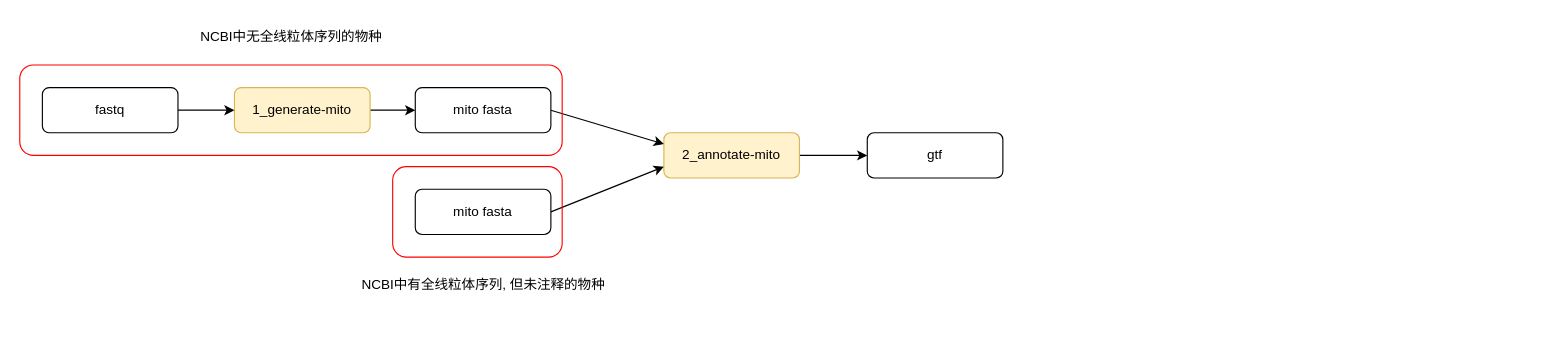
This is .structure/main.drawio from zliu90693/Mito_Assemble, a draw.io file, before an edit. Source tidied: cells renumbered, new cells numbered last; positions are measured from the earlier drawing's top-left corner, leaving out a move shared by most shapes. Both pictures are drawn from the tidied source at 113%, with x=0, y=0 at pixel (19, 19).
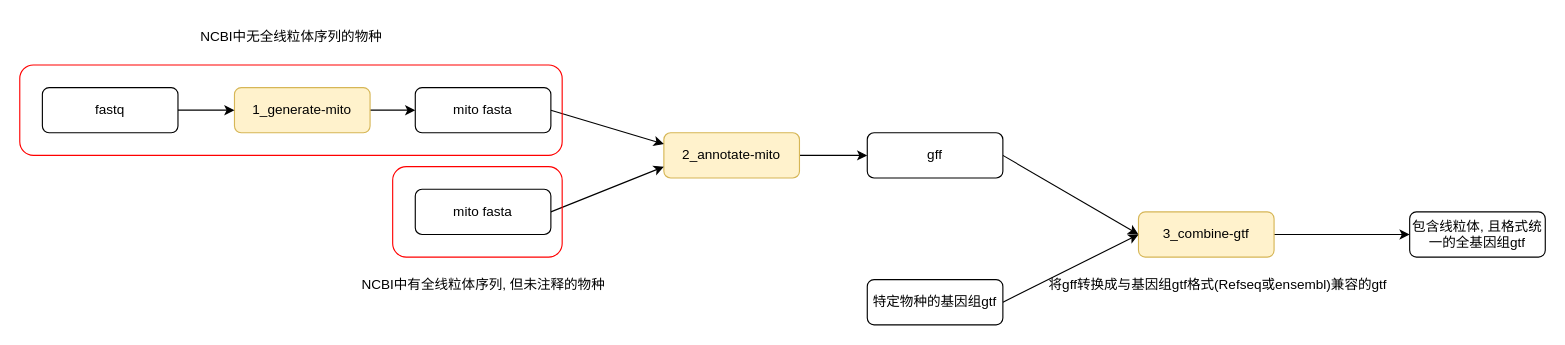
After the change.

Diff of the diagram source:
```diff
@@
+    <mxCell id="17" style="edgeStyle=none;html=1;exitX=1;exitY=0.5;exitDx=0;exitDy=0;entryX=0;entryY=0.5;entryDx=0;entryDy=0;" parent="1" edge="1" source="12" target="19">
+      <mxGeometry relative="1" as="geometry" />
+    </mxCell>
-    <mxCell id="12" value="gtf" style="rounded=1;whiteSpace=wrap;html=1;" parent="1" vertex="1">
+    <mxCell id="12" value="gff" style="rounded=1;whiteSpace=wrap;html=1;" parent="1" vertex="1">
       <mxGeometry x="750" y="100" width="120" height="40" as="geometry" />
     </mxCell>
@@
+    <mxCell id="18" style="edgeStyle=none;html=1;exitX=1;exitY=0.5;exitDx=0;exitDy=0;entryX=0;entryY=0.5;entryDx=0;entryDy=0;" parent="1" edge="1" source="19" target="22">
+      <mxGeometry relative="1" as="geometry" />
+    </mxCell>
+    <mxCell id="19" value="3_combine-gtf" style="rounded=1;whiteSpace=wrap;html=1;fillColor=#fff2cc;strokeColor=#d6b656;" parent="1" vertex="1">
+      <mxGeometry x="990" y="170" width="120" height="40" as="geometry" />
+    </mxCell>
+    <mxCell id="20" style="edgeStyle=none;html=1;exitX=1;exitY=0.5;exitDx=0;exitDy=0;entryX=0;entryY=0.5;entryDx=0;entryDy=0;" parent="1" edge="1" source="21" target="19">
+      <mxGeometry relative="1" as="geometry" />
+    </mxCell>
+    <mxCell id="21" value="特定物种的基因组gtf" style="rounded=1;whiteSpace=wrap;html=1;" parent="1" vertex="1">
+      <mxGeometry x="750" y="230" width="120" height="40" as="geometry" />
+    </mxCell>
+    <mxCell id="22" value="包含线粒体, 且格式统一的全基因组gtf" style="rounded=1;whiteSpace=wrap;html=1;" parent="1" vertex="1">
+      <mxGeometry x="1230" y="170" width="120" height="40" as="geometry" />
+    </mxCell>
+    <mxCell id="23" value="将gff转换成与基因组gtf格式(Refseq或ensembl)兼容的gtf" style="text;html=1;align=center;verticalAlign=middle;strokeColor=none;fillColor=none;" parent="1" vertex="1">
+      <mxGeometry x="900" y="220" width="320" height="30" as="geometry" />
+    </mxCell>
```
